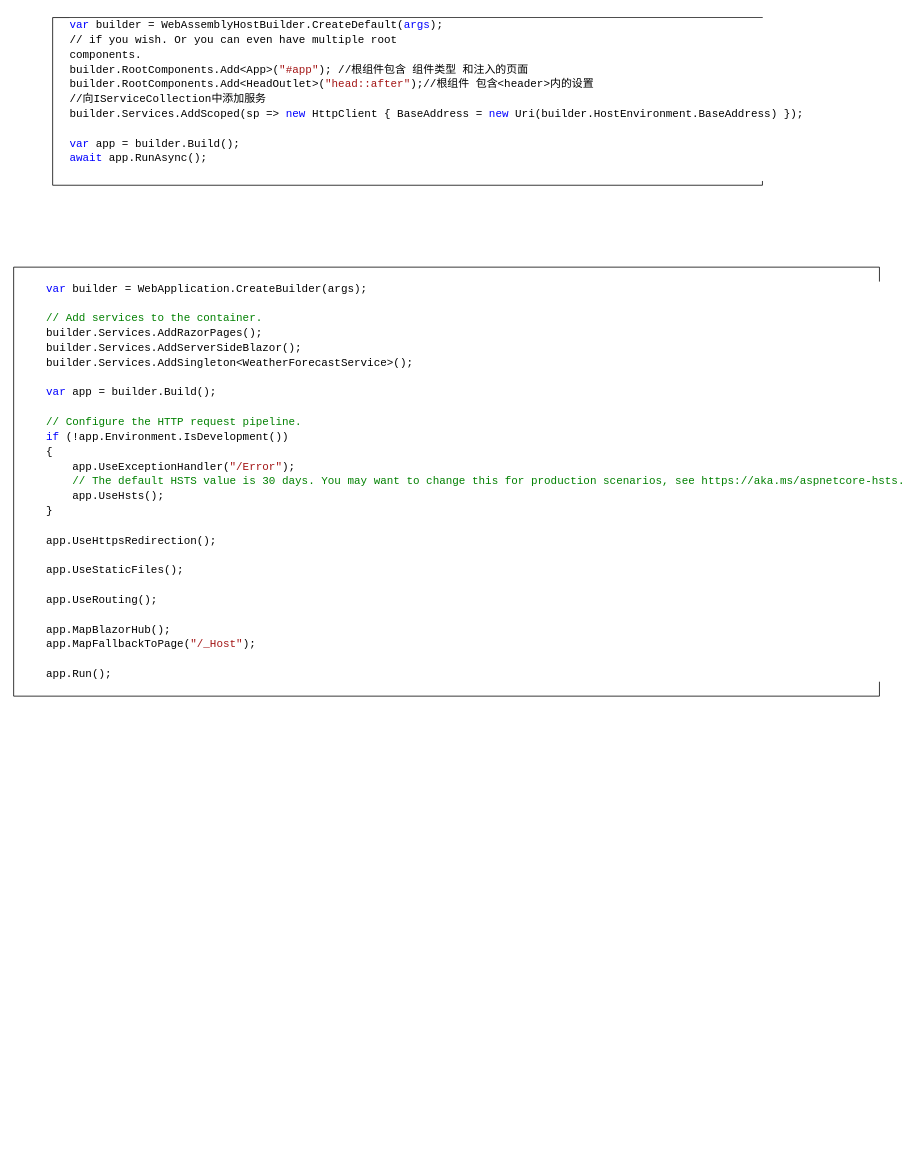
Above: note.drawio in YannieCheung/blazor-in-action (draw.io), before the change. Source tidied: cells renumbered, new cells numbered last; positions are measured from the earlier drawing's top-left corner, leaving out a move shared by most shapes. Both pictures are drawn from the tidied source at 78%, with x=0, y=0 at pixel (13, 13).
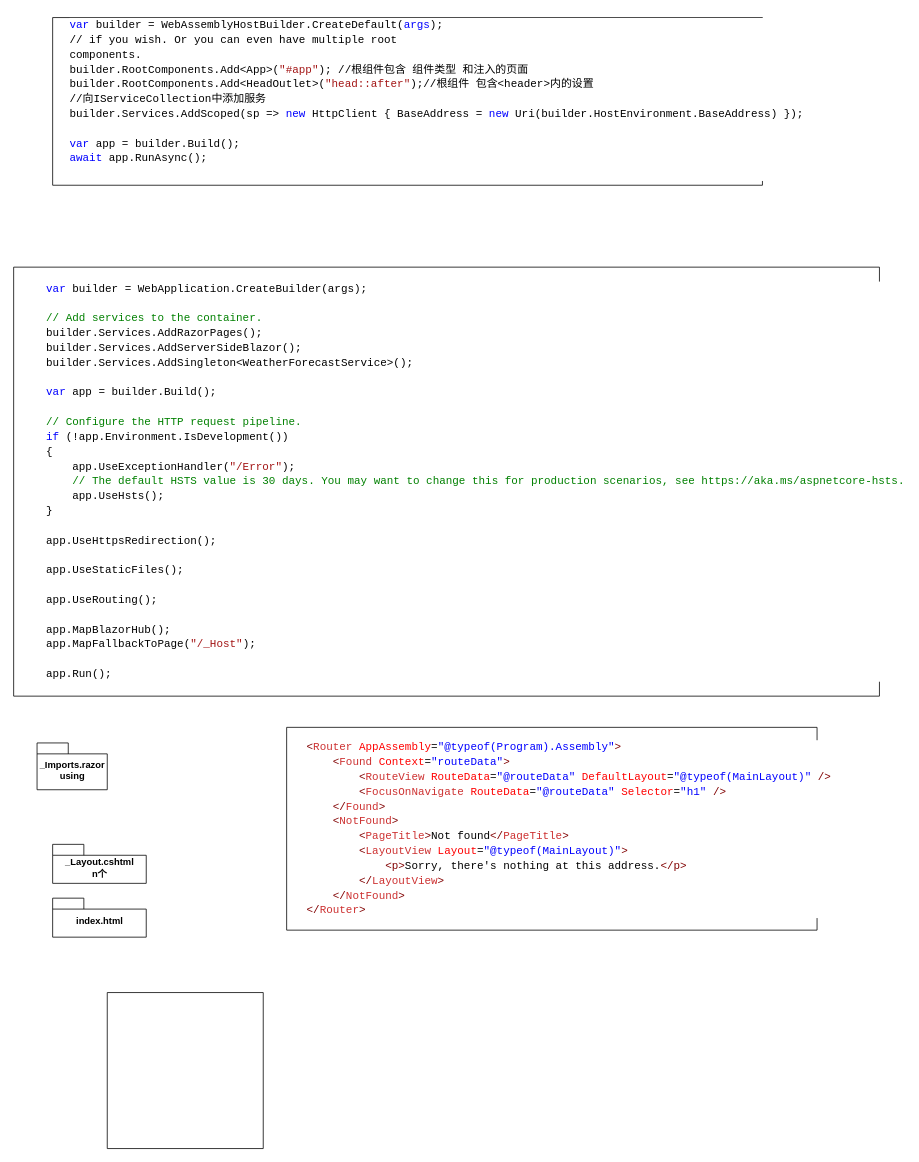
After the change.

Diff of the diagram source:
```diff
@@
 <mxGraphModel>
   <root>
     <mxCell id="0" />
     <mxCell id="1" parent="0" />
     <mxCell id="2" style="swimlane;startSize=0;" parent="1" vertex="1">
       <mxGeometry x="50" y="5" width="910" height="215" as="geometry" />
     </mxCell>
     <mxCell id="3" value="&lt;div style=&quot;background-color: rgb(255, 255, 255); font-family: Consolas, &amp;quot;Courier New&amp;quot;, monospace; font-size: 14px; line-height: 19px;&quot;&gt;&lt;div&gt;&lt;span style=&quot;color: rgb(0, 0, 255);&quot;&gt;var&lt;/span&gt; builder = WebAssemblyHostBuilder.CreateDefault(&lt;span style=&quot;color: rgb(0, 0, 255);&quot;&gt;args&lt;/span&gt;);&lt;br&gt;&lt;/div&gt;&lt;div&gt;// if you wish. Or you can even have multiple root&lt;br/&gt;components.&lt;/div&gt;&lt;div&gt;builder.RootComponents.Add&amp;lt;App&amp;gt;(&lt;span style=&quot;color: #a31515;&quot;&gt;&quot;#app&quot;&lt;/span&gt;); //根组件包含 组件类型 和注入的页面&lt;/div&gt;&lt;div&gt;builder.RootComponents.Add&amp;lt;HeadOutlet&amp;gt;(&lt;span style=&quot;color: #a31515;&quot;&gt;&quot;head::after&quot;&lt;/span&gt;);//根组件 包含&amp;lt;header&amp;gt;内的设置&lt;/div&gt;//向IServiceCollection中添加服务&lt;br&gt;&lt;div&gt;builder.Services.AddScoped(sp =&amp;gt; &lt;span style=&quot;color: #0000ff;&quot;&gt;new&lt;/span&gt; HttpClient { BaseAddress = &lt;span style=&quot;color: #0000ff;&quot;&gt;new&lt;/span&gt; Uri(builder.HostEnvironment.BaseAddress) });&lt;/div&gt;&lt;br&gt;&lt;div&gt;&lt;span style=&quot;color: #0000ff;&quot;&gt;var&lt;/span&gt; app = builder.Build();&lt;/div&gt;&lt;div&gt;&lt;span style=&quot;color: #0000ff;&quot;&gt;await&lt;/span&gt; app.RunAsync();&lt;/div&gt;&lt;br&gt;&lt;/div&gt;" style="text;html=1;align=left;verticalAlign=middle;strokeColor=none;fillColor=none;" parent="2" vertex="1">
       <mxGeometry x="20" y="-5" width="890" height="220" as="geometry" />
     </mxCell>
     <mxCell id="4" style="swimlane;startSize=0;" parent="1" vertex="1">
       <mxGeometry y="325" width="1110" height="550" as="geometry" />
     </mxCell>
     <mxCell id="5" value="&lt;div style=&quot;background-color: rgb(255, 255, 255); line-height: 19px;&quot;&gt;&lt;div style=&quot;line-height: 19px;&quot;&gt;&lt;div style=&quot;font-family: Consolas, &amp;quot;Courier New&amp;quot;, monospace; font-size: 14px; line-height: 19px;&quot;&gt;&lt;div&gt;&lt;span style=&quot;color: #0000ff;&quot;&gt;var&lt;/span&gt; builder = WebApplication.CreateBuilder(args);&lt;/div&gt;&lt;br&gt;&lt;div&gt;&lt;span style=&quot;color: #008000;&quot;&gt;// Add services to the container.&lt;/span&gt;&lt;/div&gt;&lt;div&gt;builder.Services.AddRazorPages();&lt;/div&gt;&lt;div&gt;builder.Services.AddServerSideBlazor();&lt;/div&gt;&lt;div&gt;builder.Services.AddSingleton&amp;lt;WeatherForecastService&amp;gt;();&lt;/div&gt;&lt;br&gt;&lt;div&gt;&lt;span style=&quot;color: #0000ff;&quot;&gt;var&lt;/span&gt; app = builder.Build();&lt;/div&gt;&lt;br&gt;&lt;div&gt;&lt;span style=&quot;color: #008000;&quot;&gt;// Configure the HTTP request pipeline.&lt;/span&gt;&lt;/div&gt;&lt;div&gt;&lt;span style=&quot;color: #0000ff;&quot;&gt;if&lt;/span&gt; (!app.Environment.IsDevelopment())&lt;/div&gt;&lt;div&gt;{&lt;/div&gt;&lt;div&gt;&amp;nbsp; &amp;nbsp; app.UseExceptionHandler(&lt;span style=&quot;color: #a31515;&quot;&gt;&quot;/Error&quot;&lt;/span&gt;);&lt;/div&gt;&lt;div&gt;&amp;nbsp; &amp;nbsp; &lt;span style=&quot;color: #008000;&quot;&gt;// The default HSTS value is 30 days. You may want to change this for production scenarios, see https://aka.ms/aspnetcore-hsts.&lt;/span&gt;&lt;/div&gt;&lt;div&gt;&amp;nbsp; &amp;nbsp; app.UseHsts();&lt;/div&gt;&lt;div&gt;}&lt;/div&gt;&lt;br&gt;&lt;div&gt;app.UseHttpsRedirection();&lt;/div&gt;&lt;br&gt;&lt;div&gt;app.UseStaticFiles();&lt;/div&gt;&lt;br&gt;&lt;div&gt;app.UseRouting();&lt;/div&gt;&lt;br&gt;&lt;div&gt;app.MapBlazorHub();&lt;/div&gt;&lt;div&gt;app.MapFallbackToPage(&lt;span style=&quot;color: #a31515;&quot;&gt;&quot;/_Host&quot;&lt;/span&gt;);&lt;/div&gt;&lt;br&gt;&lt;div&gt;app.Run();&lt;/div&gt;&lt;/div&gt;&lt;/div&gt;&lt;/div&gt;" style="text;html=1;align=left;verticalAlign=middle;strokeColor=none;fillColor=none;" parent="4" vertex="1">
       <mxGeometry x="40" y="10" width="1030" height="530" as="geometry" />
     </mxCell>
+    <mxCell id="6" value=" _Imports.razor&lt;br&gt;using" style="shape=folder;fontStyle=1;spacingTop=10;tabWidth=40;tabHeight=14;tabPosition=left;html=1;" parent="1" vertex="1">
+      <mxGeometry x="30" y="935" width="90" height="60" as="geometry" />
+    </mxCell>
+    <mxCell id="7" style="swimlane;startSize=0;" parent="1" vertex="1">
+      <mxGeometry x="350" y="915" width="680" height="260" as="geometry" />
+    </mxCell>
+    <mxCell id="8" value="&lt;div style=&quot;background-color: rgb(255, 255, 255); font-family: Consolas, &amp;quot;Courier New&amp;quot;, monospace; font-size: 14px; line-height: 19px;&quot;&gt;&lt;div&gt;&lt;span style=&quot;color: #800000;&quot;&gt;&amp;lt;&lt;/span&gt;&lt;span style=&quot;color: #cd3131;&quot;&gt;Router&lt;/span&gt; &lt;span style=&quot;color: #ff0000;&quot;&gt;AppAssembly&lt;/span&gt;=&lt;span style=&quot;color: #0000ff;&quot;&gt;&quot;&lt;/span&gt;&lt;span style=&quot;color: #0000ff;&quot;&gt;@&lt;/span&gt;&lt;span style=&quot;color: #0000ff;&quot;&gt;typeof(Program).Assembly&quot;&lt;/span&gt;&lt;span style=&quot;color: #800000;&quot;&gt;&amp;gt;&lt;/span&gt;&lt;/div&gt;&lt;div&gt;&amp;nbsp; &amp;nbsp; &lt;span style=&quot;color: #800000;&quot;&gt;&amp;lt;&lt;/span&gt;&lt;span style=&quot;color: #cd3131;&quot;&gt;Found&lt;/span&gt; &lt;span style=&quot;color: #ff0000;&quot;&gt;Context&lt;/span&gt;=&lt;span style=&quot;color: #0000ff;&quot;&gt;&quot;routeData&quot;&lt;/span&gt;&lt;span style=&quot;color: #800000;&quot;&gt;&amp;gt;&lt;/span&gt;&lt;/div&gt;&lt;div&gt;&amp;nbsp; &amp;nbsp; &amp;nbsp; &amp;nbsp; &lt;span style=&quot;color: #800000;&quot;&gt;&amp;lt;&lt;/span&gt;&lt;span style=&quot;color: #cd3131;&quot;&gt;RouteView&lt;/span&gt; &lt;span style=&quot;color: #ff0000;&quot;&gt;RouteData&lt;/span&gt;=&lt;span style=&quot;color: #0000ff;&quot;&gt;&quot;&lt;/span&gt;&lt;span style=&quot;color: #0000ff;&quot;&gt;@&lt;/span&gt;&lt;span style=&quot;color: #0000ff;&quot;&gt;routeData&quot;&lt;/span&gt; &lt;span style=&quot;color: #ff0000;&quot;&gt;DefaultLayout&lt;/span&gt;=&lt;span style=&quot;color: #0000ff;&quot;&gt;&quot;&lt;/span&gt;&lt;span style=&quot;color: #0000ff;&quot;&gt;@&lt;/span&gt;&lt;span style=&quot;color: #0000ff;&quot;&gt;typeof(MainLayout)&quot;&lt;/span&gt;&lt;span style=&quot;color: #800000;&quot;&gt; /&amp;gt;&lt;/span&gt;&lt;/div&gt;&lt;div&gt;&amp;nbsp; &amp;nbsp; &amp;nbsp; &amp;nbsp; &lt;span style=&quot;color: #800000;&quot;&gt;&amp;lt;&lt;/span&gt;&lt;span style=&quot;color: #cd3131;&quot;&gt;FocusOnNavigate&lt;/span&gt; &lt;span style=&quot;color: #ff0000;&quot;&gt;RouteData&lt;/span&gt;=&lt;span style=&quot;color: #0000ff;&quot;&gt;&quot;&lt;/span&gt;&lt;span style=&quot;color: #0000ff;&quot;&gt;@&lt;/span&gt;&lt;span style=&quot;color: #0000ff;&quot;&gt;routeData&quot;&lt;/span&gt; &lt;span style=&quot;color: #ff0000;&quot;&gt;Selector&lt;/span&gt;=&lt;span style=&quot;color: #0000ff;&quot;&gt;&quot;h1&quot;&lt;/span&gt;&lt;span style=&quot;color: #800000;&quot;&gt; /&amp;gt;&lt;/span&gt;&lt;/div&gt;&lt;div&gt;&amp;nbsp; &amp;nbsp; &lt;span style=&quot;color: #800000;&quot;&gt;&amp;lt;/&lt;/span&gt;&lt;span style=&quot;color: #cd3131;&quot;&gt;Found&lt;/span&gt;&lt;span style=&quot;color: #800000;&quot;&gt;&amp;gt;&lt;/span&gt;&lt;/div&gt;&lt;div&gt;&amp;nbsp; &amp;nbsp; &lt;span style=&quot;color: #800000;&quot;&gt;&amp;lt;&lt;/span&gt;&lt;span style=&quot;color: #cd3131;&quot;&gt;NotFound&lt;/span&gt;&lt;span style=&quot;color: #800000;&quot;&gt;&amp;gt;&lt;/span&gt;&lt;/div&gt;&lt;div&gt;&amp;nbsp; &amp;nbsp; &amp;nbsp; &amp;nbsp; &lt;span style=&quot;color: #800000;&quot;&gt;&amp;lt;&lt;/span&gt;&lt;span style=&quot;color: #cd3131;&quot;&gt;PageTitle&lt;/span&gt;&lt;span style=&quot;color: #800000;&quot;&gt;&amp;gt;&lt;/span&gt;Not found&lt;span style=&quot;color: #800000;&quot;&gt;&amp;lt;/&lt;/span&gt;&lt;span style=&quot;color: #cd3131;&quot;&gt;PageTitle&lt;/span&gt;&lt;span style=&quot;color: #800000;&quot;&gt;&amp;gt;&lt;/span&gt;&lt;/div&gt;&lt;div&gt;&amp;nbsp; &amp;nbsp; &amp;nbsp; &amp;nbsp; &lt;span style=&quot;color: #800000;&quot;&gt;&amp;lt;&lt;/span&gt;&lt;span style=&quot;color: #cd3131;&quot;&gt;LayoutView&lt;/span&gt; &lt;span style=&quot;color: #ff0000;&quot;&gt;Layout&lt;/span&gt;=&lt;span style=&quot;color: #0000ff;&quot;&gt;&quot;&lt;/span&gt;&lt;span style=&quot;color: #0000ff;&quot;&gt;@&lt;/span&gt;&lt;span style=&quot;color: #0000ff;&quot;&gt;typeof(MainLayout)&quot;&lt;/span&gt;&lt;span style=&quot;color: #800000;&quot;&gt;&amp;gt;&lt;/span&gt;&lt;/div&gt;&lt;div&gt;&amp;nbsp; &amp;nbsp; &amp;nbsp; &amp;nbsp; &amp;nbsp; &amp;nbsp; &lt;span style=&quot;color: #800000;&quot;&gt;&amp;lt;&lt;/span&gt;&lt;span style=&quot;color: #800000;&quot;&gt;p&lt;/span&gt;&lt;span style=&quot;color: #800000;&quot;&gt;&amp;gt;&lt;/span&gt;Sorry, there's nothing at this address.&lt;span style=&quot;color: #800000;&quot;&gt;&amp;lt;/&lt;/span&gt;&lt;span style=&quot;color: #800000;&quot;&gt;p&lt;/span&gt;&lt;span style=&quot;color: #800000;&quot;&gt;&amp;gt;&lt;/span&gt;&lt;/div&gt;&lt;div&gt;&amp;nbsp; &amp;nbsp; &amp;nbsp; &amp;nbsp; &lt;span style=&quot;color: #800000;&quot;&gt;&amp;lt;/&lt;/span&gt;&lt;span style=&quot;color: #cd3131;&quot;&gt;LayoutView&lt;/span&gt;&lt;span style=&quot;color: #800000;&quot;&gt;&amp;gt;&lt;/span&gt;&lt;/div&gt;&lt;div&gt;&amp;nbsp; &amp;nbsp; &lt;span style=&quot;color: #800000;&quot;&gt;&amp;lt;/&lt;/span&gt;&lt;span style=&quot;color: #cd3131;&quot;&gt;NotFound&lt;/span&gt;&lt;span style=&quot;color: #800000;&quot;&gt;&amp;gt;&lt;/span&gt;&lt;/div&gt;&lt;div&gt;&lt;span style=&quot;color: #800000;&quot;&gt;&amp;lt;/&lt;/span&gt;&lt;span style=&quot;color: #cd3131;&quot;&gt;Router&lt;/span&gt;&lt;span style=&quot;color: #800000;&quot;&gt;&amp;gt;&lt;/span&gt;&lt;/div&gt;&lt;/div&gt;" style="text;html=1;align=left;verticalAlign=middle;strokeColor=none;fillColor=none;" parent="7" vertex="1">
+      <mxGeometry x="24" y="10" width="640" height="240" as="geometry" />
+    </mxCell>
+    <mxCell id="9" style="swimlane;startSize=0;" parent="1" vertex="1">
+      <mxGeometry x="120" y="1255" width="200" height="200" as="geometry" />
+    </mxCell>
+    <mxCell id="10" value="_Layout.cshtml&lt;br&gt;n个" style="shape=folder;fontStyle=1;spacingTop=10;tabWidth=40;tabHeight=14;tabPosition=left;html=1;" parent="1" vertex="1">
+      <mxGeometry x="50" y="1065" width="120" height="50" as="geometry" />
+    </mxCell>
+    <mxCell id="11" value=" index.html " style="shape=folder;fontStyle=1;spacingTop=10;tabWidth=40;tabHeight=14;tabPosition=left;html=1;" parent="1" vertex="1">
+      <mxGeometry x="50" y="1134" width="120" height="50" as="geometry" />
+    </mxCell>
   </root>
 </mxGraphModel>
```
